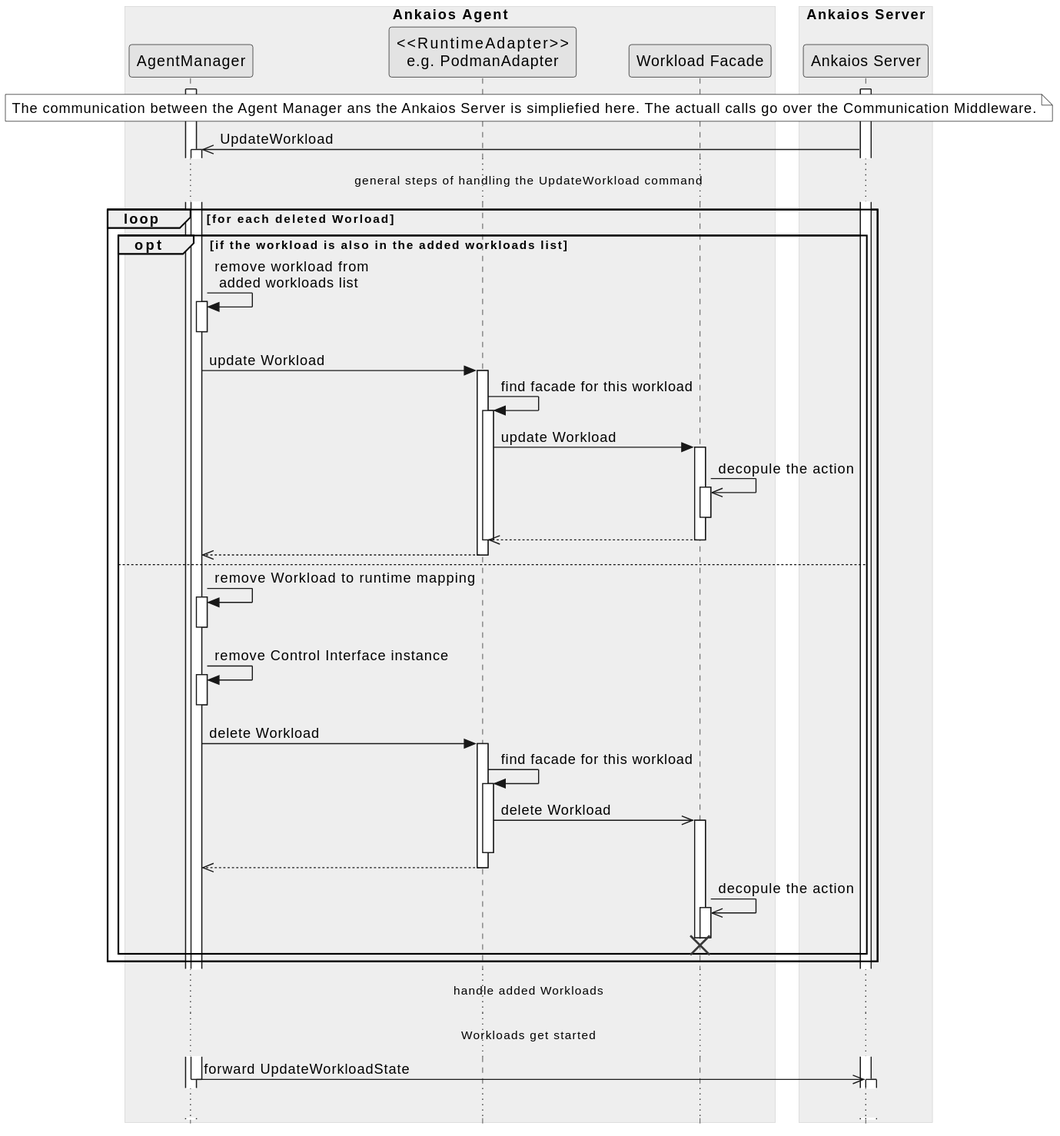
Earlier version of the PlantUML export agent/doc/swdesign/plantuml/seq_update_workload_subsequent_deleted.svg (eclipse-ankaios/ankaios). Its diagram source:
```plantuml
@startuml seq_update_workload_subsequent_deleted
!include ../../../../resources/doc/plantuml/clean.skin

box "Ankaios Agent"
    participant "AgentManager" as manager

    participant "<<RuntimeAdapter>>\ne.g. PodmanAdapter" as runtime_adapter
    participant "Workload Facade" as wl_facade

end box

box "Ankaios Server"
    participant "Ankaios Server" as server
end box

activate manager
activate server

note over manager, server
The communication between the Agent Manager ans the Ankaios Server is simpliefied here. The actuall calls go over the Communication Middleware.
end note

manager <<- server ++: UpdateWorkload

... general steps of handling the UpdateWorkload command ...


loop for each deleted Worload
    opt if the workload is also in the added workloads list
        manager -> manager ++--: remove workload from \n added workloads list
        manager -> runtime_adapter ++: update Workload
        runtime_adapter -> runtime_adapter ++: find facade for this workload
        runtime_adapter -> wl_facade ++: update Workload
        wl_facade ->> wl_facade ++--: decopule the action
        wl_facade -->> runtime_adapter --:
        deactivate runtime_adapter
        runtime_adapter -->> manager --
    else
        manager -> manager ++--: remove Workload to runtime mapping
        manager -> manager ++--: remove Control Interface instance
        manager -> runtime_adapter ++: delete Workload
        runtime_adapter -> runtime_adapter ++: find facade for this workload
        runtime_adapter ->> wl_facade ++--: delete Workload
        runtime_adapter -->> manager --
        wl_facade ->> wl_facade ++--: decopule the action
        destroy wl_facade
    end
end

... handle added Workloads ...

... Workloads get started ...

manager ->> server --++: forward UpdateWorkloadState

...

@enduml
```
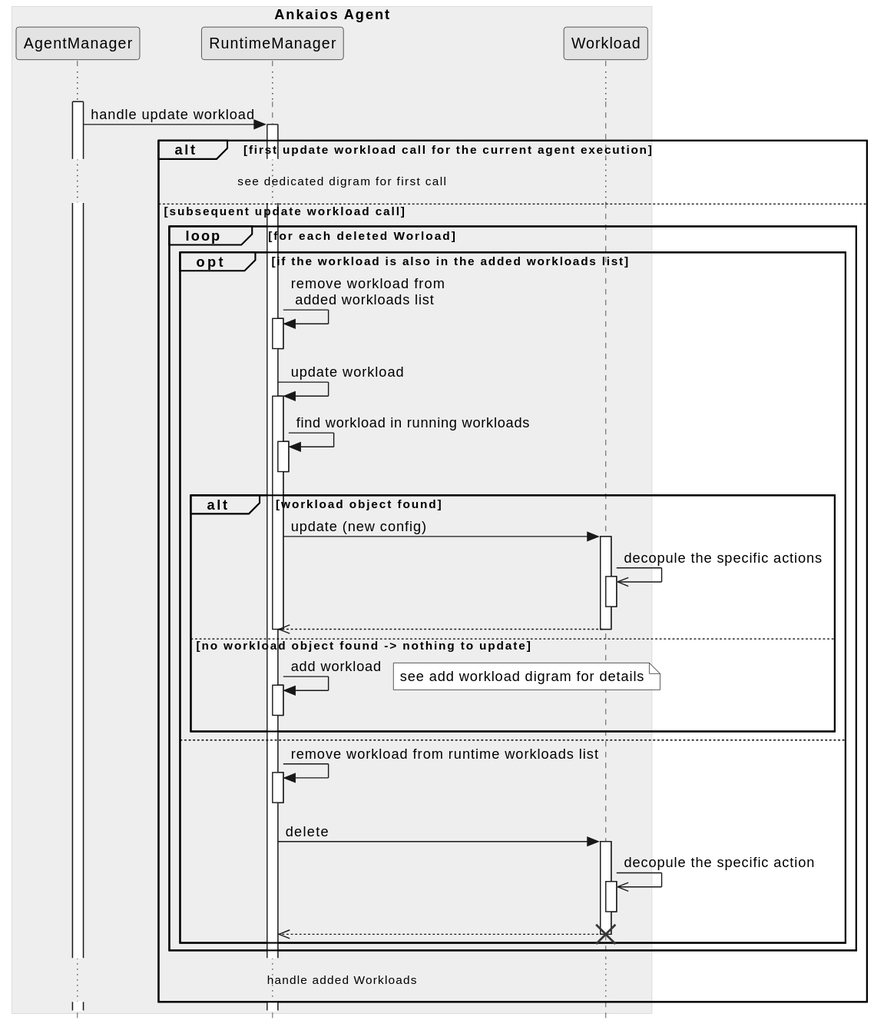
The same diagram one commit later.

Commit message:
Updating sequence diagrams for the agent

What changed in the source:
```diff
@@ -3,56 +3,46 @@
 
 box "Ankaios Agent"
     participant "AgentManager" as manager
-
-    participant "<<RuntimeAdapter>>\ne.g. PodmanAdapter" as runtime_adapter
-    participant "Workload Facade" as wl_facade
-
-end box
-
-box "Ankaios Server"
-    participant "Ankaios Server" as server
+    participant "RuntimeManager" as runtime_manager
+    participant "Workload" as workload
 end box
 
 activate manager
-activate server
-
-note over manager, server
-The communication between the Agent Manager ans the Ankaios Server is simpliefied here. The actuall calls go over the Communication Middleware.
-end note
-
-manager <<- server ++: UpdateWorkload
-
-... general steps of handling the UpdateWorkload command ...
-
-
-loop for each deleted Worload
-    opt if the workload is also in the added workloads list
-        manager -> manager ++--: remove workload from \n added workloads list
-        manager -> runtime_adapter ++: update Workload
-        runtime_adapter -> runtime_adapter ++: find facade for this workload
-        runtime_adapter -> wl_facade ++: update Workload
-        wl_facade ->> wl_facade ++--: decopule the action
-        wl_facade -->> runtime_adapter --:
-        deactivate runtime_adapter
-        runtime_adapter -->> manager --
-    else
-        manager -> manager ++--: remove Workload to runtime mapping
-        manager -> manager ++--: remove Control Interface instance
-        manager -> runtime_adapter ++: delete Workload
-        runtime_adapter -> runtime_adapter ++: find facade for this workload
-        runtime_adapter ->> wl_facade ++--: delete Workload
-        runtime_adapter -->> manager --
-        wl_facade ->> wl_facade ++--: decopule the action
-        destroy wl_facade
-    end
-end
-
-... handle added Workloads ...
-
-... Workloads get started ...
-
-manager ->> server --++: forward UpdateWorkloadState
 
 ...
 
+manager -> runtime_manager ++: handle update workload
+
+alt first update workload call for the current agent execution
+... see dedicated digram for first call ...
+else subsequent update workload call
+    loop for each deleted Worload
+        opt if the workload is also in the added workloads list
+            runtime_manager -> runtime_manager ++--: remove workload from \n added workloads list
+            runtime_manager -> runtime_manager ++: update workload
+            runtime_manager -> runtime_manager ++--: find workload in running workloads
+            alt workload object found
+                runtime_manager -> workload ++: update (new config)
+                workload ->> workload ++--: decopule the specific actions
+                workload -->> runtime_manager --:
+                deactivate runtime_manager
+            else no workload object found -> nothing to update
+                runtime_manager -> runtime_manager++--:add workload
+                note right
+                see add workload digram for details
+                endnote
+            end
+        else
+            runtime_manager -> runtime_manager ++--: remove workload from runtime workloads list
+            runtime_manager -> workload ++: delete
+            workload ->> workload ++--: decopule the specific action
+            workload -->> runtime_manager --:
+            destroy workload
+        end
+    end
+
+    ... handle added Workloads ...
+
+end
+
 @enduml
```
